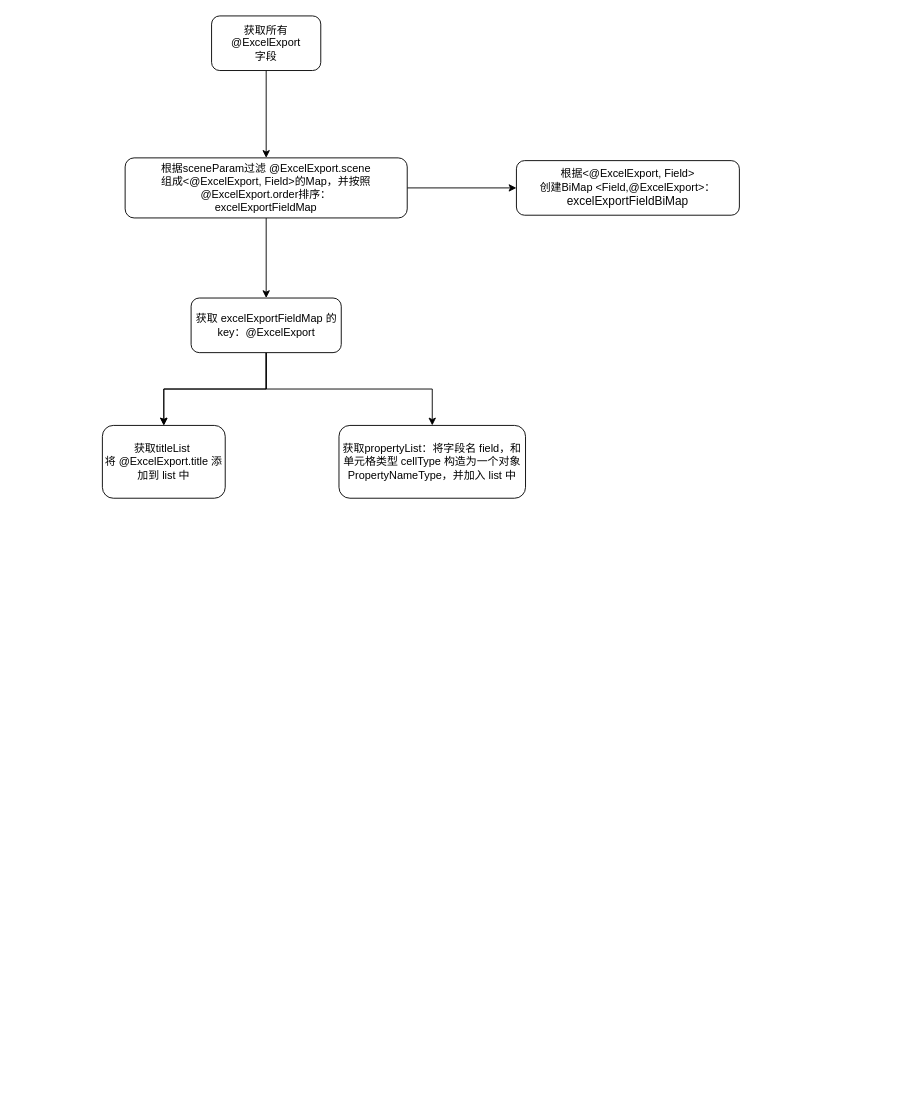
Earlier version of the draw.io diagram page "组装导出list" (2 of 4) of 导出Excel结构图.drawio (api-jackson/SimpleExcel). Source tidied: cells renumbered, new cells numbered last; positions are measured from the earlier drawing's top-left corner, leaving out a move shared by most shapes. Both pictures are drawn from the tidied source at 91%, with x=0, y=0 at pixel (102, 15).
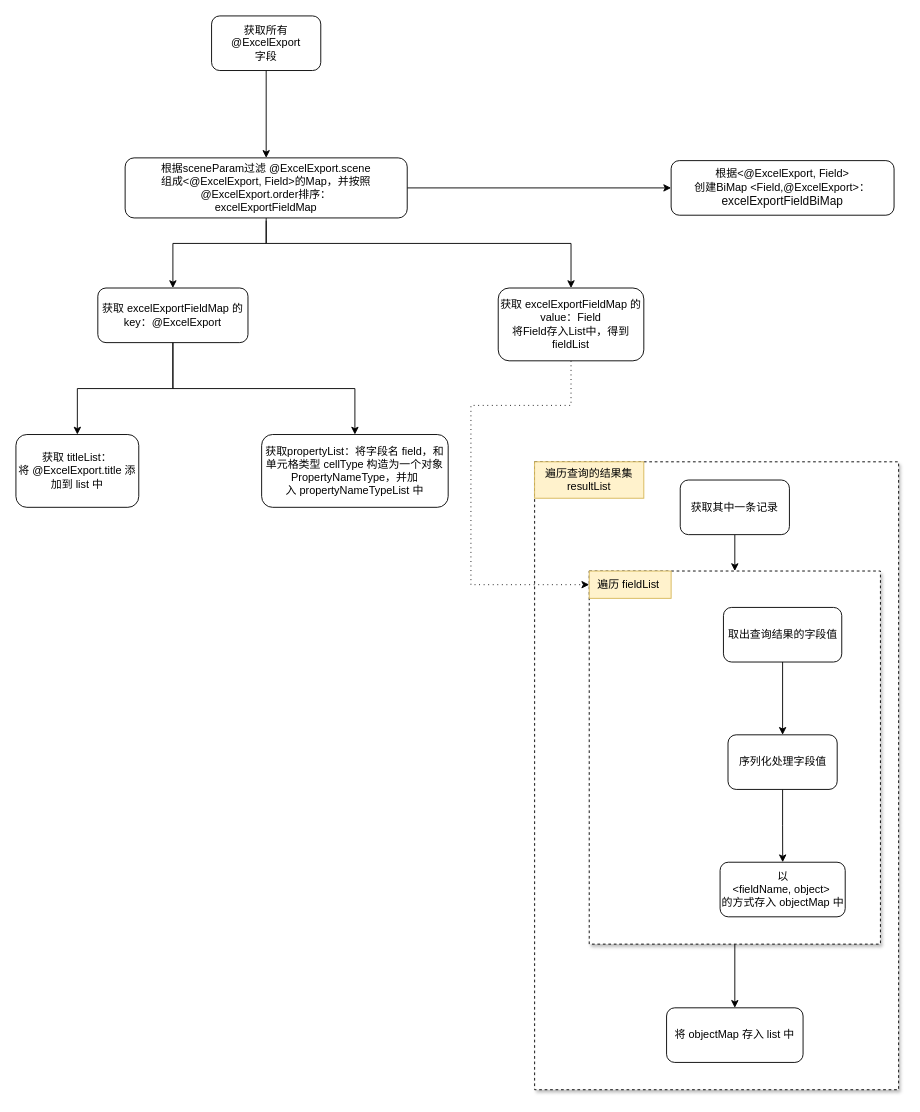
Above is the later version.

The change refers to these unchanged cells:
```xml
<mxCell id="6" value="根据sceneParam过滤 @ExcelExport.scene&lt;br&gt;组成&amp;lt;@ExcelExport, Field&amp;gt;的Map，并按照@ExcelExport.order排序：&lt;br&gt;excelExportFieldMap" style="whiteSpace=wrap;html=1;rounded=1;" parent="1" vertex="1">
  <mxGeometry x="25" y="156" width="310" height="66" as="geometry" />
</mxCell>
```

What changed in the source:
```diff
@@
+    <mxCell id="14" style="rounded=0;whiteSpace=wrap;html=1;shadow=1;dashed=1;" parent="1" vertex="1">
+      <mxGeometry x="475" y="490" width="400" height="690" as="geometry" />
+    </mxCell>
+    <mxCell id="15" style="edgeStyle=orthogonalEdgeStyle;rounded=0;jettySize=auto;html=1;exitX=0.5;exitY=1;exitDx=0;exitDy=0;entryX=0.5;entryY=0;entryDx=0;entryDy=0;" parent="1" edge="1" source="16" target="30">
+      <mxGeometry relative="1" as="geometry" />
+    </mxCell>
+    <mxCell id="16" style="rounded=0;whiteSpace=wrap;html=1;dashed=1;shadow=1;" parent="1" vertex="1">
+      <mxGeometry x="535" y="610" width="320" height="410" as="geometry" />
+    </mxCell>
@@
-    <mxCell id="5" style="edgeStyle=orthogonalEdgeStyle;rounded=0;jettySize=auto;html=1;" parent="1" edge="1" source="6" target="11">
-      <mxGeometry relative="1" as="geometry" />
+    <mxCell id="5" style="edgeStyle=orthogonalEdgeStyle;rounded=0;jettySize=auto;html=1;entryX=0.5;entryY=0;entryDx=0;entryDy=0;" parent="1" edge="1" source="6" target="11">
+      <mxGeometry relative="1" as="geometry">
+        <Array as="points">
+          <mxPoint x="180" y="250" />
+          <mxPoint x="78" y="250" />
+        </Array>
+      </mxGeometry>
     </mxCell>
@@
     <mxCell id="7" value="根据&amp;lt;@ExcelExport, Field&amp;gt;&lt;br&gt;创建BiMap &amp;lt;Field,@ExcelExport&amp;gt;：&lt;span style=&quot;font-size: 9.8pt; background-color: rgb(255, 255, 255); color: rgb(8, 8, 8);&quot;&gt;&lt;font face=&quot;Helvetica&quot;&gt;excelExportFieldBiMap&lt;/font&gt;&lt;/span&gt;" style="whiteSpace=wrap;html=1;rounded=1;" parent="1" vertex="1">
-      <mxGeometry x="455" y="159" width="245" height="60" as="geometry" />
+      <mxGeometry x="625" y="159" width="245" height="60" as="geometry" />
     </mxCell>
-    <mxCell id="8" style="edgeStyle=orthogonalEdgeStyle;rounded=0;jettySize=auto;html=1;" parent="1" edge="1" source="11" target="12">
-      <mxGeometry relative="1" as="geometry" />
-    </mxCell>
-    <mxCell id="9" style="edgeStyle=orthogonalEdgeStyle;rounded=0;jettySize=auto;html=1;" parent="1" edge="1" source="11" target="12">
-      <mxGeometry relative="1" as="geometry" />
-    </mxCell>
+    <mxCell id="17" style="edgeStyle=orthogonalEdgeStyle;rounded=0;jettySize=auto;html=1;exitX=0.5;exitY=1;exitDx=0;exitDy=0;entryX=0.5;entryY=0;entryDx=0;entryDy=0;" parent="1" edge="1" target="22">
+      <mxGeometry relative="1" as="geometry">
+        <mxPoint x="180" y="225" as="sourcePoint" />
+        <Array as="points">
+          <mxPoint x="180" y="250" />
+          <mxPoint x="515" y="250" />
+        </Array>
+      </mxGeometry>
+    </mxCell>
+    <mxCell id="18" style="edgeStyle=orthogonalEdgeStyle;rounded=0;jettySize=auto;html=1;exitX=0.5;exitY=1;exitDx=0;exitDy=0;" parent="1" edge="1" source="11" target="12">
+      <mxGeometry relative="1" as="geometry" />
+    </mxCell>
-    <mxCell id="10" style="edgeStyle=orthogonalEdgeStyle;rounded=0;jettySize=auto;html=1;" parent="1" edge="1" source="11" target="13">
+    <mxCell id="10" style="edgeStyle=orthogonalEdgeStyle;rounded=0;jettySize=auto;html=1;exitX=0.5;exitY=1;exitDx=0;exitDy=0;entryX=0.5;entryY=0;entryDx=0;entryDy=0;" parent="1" edge="1" source="11" target="13">
       <mxGeometry relative="1" as="geometry" />
     </mxCell>
     <mxCell id="11" value="获取 excelExportFieldMap 的key：@ExcelExport" style="whiteSpace=wrap;html=1;rounded=1;" parent="1" vertex="1">
-      <mxGeometry x="97.5" y="310" width="165" height="60" as="geometry" />
+      <mxGeometry x="-5" y="299" width="165" height="60" as="geometry" />
     </mxCell>
-    <mxCell id="12" value="获取titleList&amp;nbsp;&lt;br&gt;将 @ExcelExport.title 添加到 list 中" style="whiteSpace=wrap;html=1;rounded=1;" parent="1" vertex="1">
-      <mxGeometry y="450" width="135" height="80" as="geometry" />
+    <mxCell id="12" value="获取 titleList：&lt;br&gt;将 @ExcelExport.title 添加到 list 中" style="whiteSpace=wrap;html=1;rounded=1;" parent="1" vertex="1">
+      <mxGeometry x="-95" y="460" width="135" height="80" as="geometry" />
     </mxCell>
-    <mxCell id="13" value="获取propertyList：将字段名 field，和 单元格类型 cellType 构造为一个对象 PropertyNameType，并加入 list 中" style="whiteSpace=wrap;html=1;rounded=1;" parent="1" vertex="1">
-      <mxGeometry x="260" y="450" width="205" height="80" as="geometry" />
+    <mxCell id="13" value="获取propertyList：将字段名 field，和 单元格类型 cellType 构造为一个对象 PropertyNameType，并加入&amp;nbsp;propertyNameTypeList 中" style="whiteSpace=wrap;html=1;rounded=1;" parent="1" vertex="1">
+      <mxGeometry x="175" y="460" width="205" height="80" as="geometry" />
     </mxCell>
+    <mxCell id="19" style="rounded=0;jettySize=auto;html=1;exitX=0.5;exitY=1;exitDx=0;exitDy=0;entryX=0.5;entryY=0;entryDx=0;entryDy=0;" parent="1" edge="1" source="20" target="16">
+      <mxGeometry relative="1" as="geometry" />
+    </mxCell>
+    <mxCell id="20" value="获取其中一条记录" style="whiteSpace=wrap;html=1;rounded=1;" parent="1" vertex="1">
+      <mxGeometry x="635" y="510" width="120" height="60" as="geometry" />
+    </mxCell>
+    <mxCell id="21" style="edgeStyle=orthogonalEdgeStyle;rounded=0;jettySize=auto;html=1;entryX=0;entryY=0.5;entryDx=0;entryDy=0;exitX=0.5;exitY=1;exitDx=0;exitDy=0;dashed=1;dashPattern=1 4;" parent="1" edge="1" source="22" target="28">
+      <mxGeometry relative="1" as="geometry">
+        <Array as="points">
+          <mxPoint x="515" y="428" />
+          <mxPoint x="405" y="428" />
+          <mxPoint x="405" y="625" />
+        </Array>
+      </mxGeometry>
+    </mxCell>
+    <mxCell id="22" value="获取 excelExportFieldMap 的value：Field&lt;div&gt;将Field存入List中，得到 fieldList&lt;/div&gt;" style="whiteSpace=wrap;html=1;rounded=1;" parent="1" vertex="1">
+      <mxGeometry x="435" y="299" width="160" height="80" as="geometry" />
+    </mxCell>
+    <mxCell id="23" style="edgeStyle=orthogonalEdgeStyle;rounded=0;jettySize=auto;html=1;" parent="1" edge="1" source="24" target="26">
+      <mxGeometry relative="1" as="geometry" />
+    </mxCell>
+    <mxCell id="24" value="取出查询结果的字段值" style="whiteSpace=wrap;html=1;rounded=1;" parent="1" vertex="1">
+      <mxGeometry x="682.5" y="650" width="130" height="60" as="geometry" />
+    </mxCell>
+    <mxCell id="25" style="edgeStyle=orthogonalEdgeStyle;rounded=0;jettySize=auto;html=1;" parent="1" edge="1" source="26" target="27">
+      <mxGeometry relative="1" as="geometry" />
+    </mxCell>
+    <mxCell id="26" value="序列化处理字段值" style="whiteSpace=wrap;html=1;rounded=1;" parent="1" vertex="1">
+      <mxGeometry x="687.5" y="790" width="120" height="60" as="geometry" />
+    </mxCell>
+    <mxCell id="27" value="以&lt;div&gt;&amp;lt;fieldName, object&amp;gt;&amp;nbsp;&lt;/div&gt;&lt;div&gt;的方式存入 objectMap 中&lt;/div&gt;" style="whiteSpace=wrap;html=1;rounded=1;" parent="1" vertex="1">
+      <mxGeometry x="678.8" y="930" width="137.5" height="60" as="geometry" />
+    </mxCell>
+    <mxCell id="28" value="遍历 fieldList&amp;nbsp;" style="text;html=1;align=center;verticalAlign=middle;whiteSpace=wrap;rounded=0;fillColor=#fff2cc;strokeColor=#d6b656;" parent="1" vertex="1">
+      <mxGeometry x="535" y="610" width="90" height="30" as="geometry" />
+    </mxCell>
+    <mxCell id="29" value="遍历查询的结果集 resultList" style="text;html=1;align=center;verticalAlign=middle;whiteSpace=wrap;rounded=0;fillColor=#fff2cc;strokeColor=#d6b656;" parent="1" vertex="1">
+      <mxGeometry x="475" y="490" width="120" height="40" as="geometry" />
+    </mxCell>
+    <mxCell id="30" value="将 objectMap 存入 list 中" style="rounded=1;whiteSpace=wrap;html=1;" parent="1" vertex="1">
+      <mxGeometry x="620" y="1090" width="150" height="60" as="geometry" />
+    </mxCell>
```
